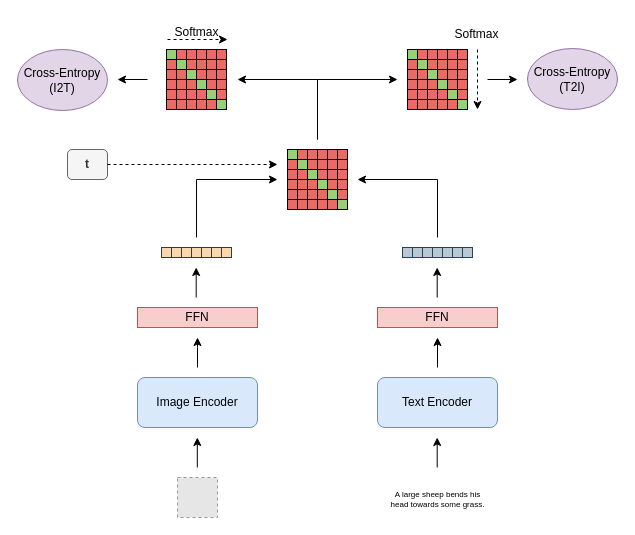
This is docs/thesis/figures/clip.drawio from TimCares/MasterThesis, a draw.io file, before an edit. Source tidied: cells renumbered, new cells numbered last; positions are measured from the earlier drawing's top-left corner, leaving out a move shared by most shapes. Both pictures are drawn from the tidied source at 100%, with x=0, y=0 at pixel (17, 17). Pictures stored in the file or linked from it are replaced by grey dashed boxes.
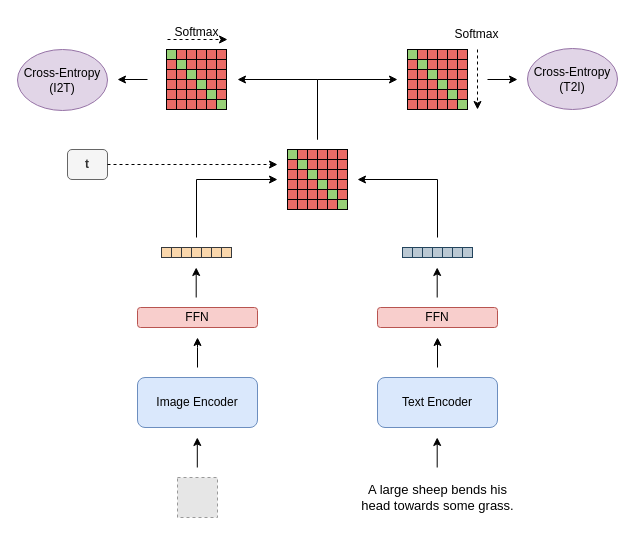
The same page after the edit.

The edit, as a diff of the source:
```diff
@@
-    <mxCell id="4" value="FFN" style="rounded=0;whiteSpace=wrap;html=1;fillColor=#f8cecc;strokeColor=#b85450;" parent="1" vertex="1">
+    <mxCell id="4" value="FFN" style="rounded=1;whiteSpace=wrap;html=1;fillColor=#f8cecc;strokeColor=#b85450;" parent="1" vertex="1">
       <mxGeometry x="120" y="290" width="120" height="20" as="geometry" />
     </mxCell>
-    <mxCell id="5" value="FFN" style="rounded=0;whiteSpace=wrap;html=1;fillColor=#f8cecc;strokeColor=#b85450;" parent="1" vertex="1">
+    <mxCell id="5" value="FFN" style="rounded=1;whiteSpace=wrap;html=1;fillColor=#f8cecc;strokeColor=#b85450;" parent="1" vertex="1">
       <mxGeometry x="360" y="290" width="120" height="20" as="geometry" />
     </mxCell>
@@
-    <mxCell id="145" value="&lt;font style=&quot;font-size: 8px;&quot;&gt;A large sheep bends his&lt;/font&gt;&lt;div style=&quot;font-size: 8px;&quot;&gt;&lt;div&gt;&lt;font style=&quot;font-size: 8px;&quot;&gt;head towards some grass.&lt;/font&gt;&lt;/div&gt;&lt;/div&gt;" style="text;html=1;align=center;verticalAlign=middle;strokeColor=none;fillColor=none;" parent="1" vertex="1">
-      <mxGeometry x="360" y="460" width="120" height="40" as="geometry" />
+    <mxCell id="145" value="&lt;font style=&quot;font-size: 13px;&quot;&gt;A large sheep bends his&lt;/font&gt;&lt;div style=&quot;font-size: 13px;&quot;&gt;&lt;div style=&quot;font-size: 13px;&quot;&gt;&lt;font style=&quot;font-size: 13px;&quot;&gt;head towards some grass.&lt;/font&gt;&lt;/div&gt;&lt;/div&gt;" style="text;html=1;align=center;verticalAlign=middle;strokeColor=none;fillColor=none;fontSize=13;" parent="1" vertex="1">
+      <mxGeometry x="330" y="460" width="180" height="40" as="geometry" />
     </mxCell>
```
